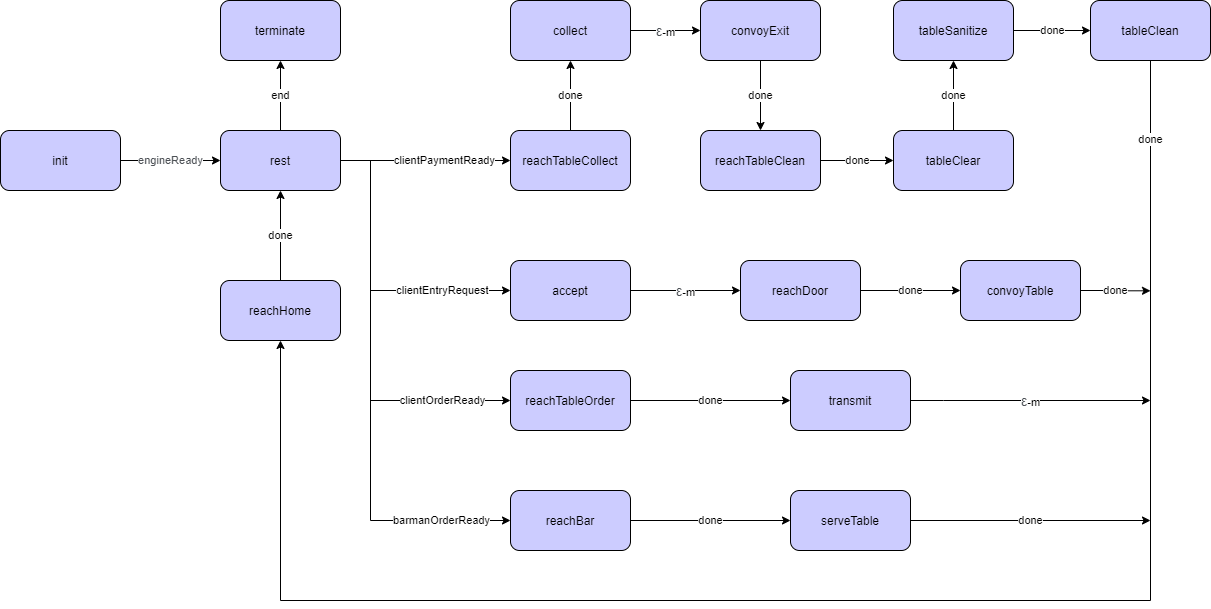
Above: SprintIniziale/img/newMind.png in dariodenardi/TeaRoom-Ing.Software-Systems-Unibo (draw.io), before the change. Source tidied: cells renumbered, new cells last; positions are measured from the earlier drawing's top-left corner, leaving out a move shared by most shapes.
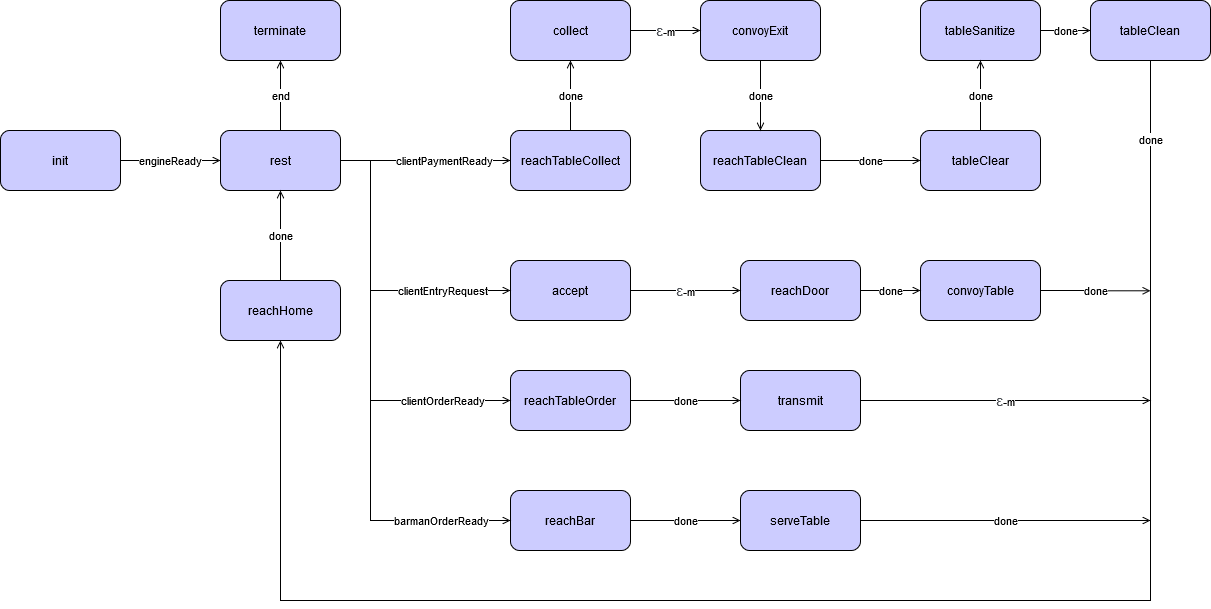
After the change.

Diff of the diagram source:
```diff
@@ -2,13 +2,13 @@
   <root>
     <mxCell id="0" />
     <mxCell id="1" parent="0" />
-    <mxCell id="2" value="&lt;div style=&quot;text-align: left&quot;&gt;&lt;font color=&quot;#4d5156&quot; face=&quot;arial, sans-serif&quot;&gt;engineReady&lt;/font&gt;&lt;/div&gt;" style="edgeStyle=orthogonalEdgeStyle;rounded=0;jettySize=auto;html=1;exitX=1;exitY=0.5;exitDx=0;exitDy=0;entryX=0;entryY=0.5;entryDx=0;entryDy=0;" parent="1" edge="1" source="3" target="22">
+    <mxCell id="2" value="&lt;div style=&quot;text-align: left&quot;&gt;&lt;font face=&quot;arial, sans-serif&quot;&gt;engineReady&lt;/font&gt;&lt;/div&gt;" style="edgeStyle=orthogonalEdgeStyle;rounded=0;jettySize=auto;html=1;exitX=1;exitY=0.5;exitDx=0;exitDy=0;entryX=0;entryY=0.5;entryDx=0;entryDy=0;labelBackgroundColor=#ffffff;endArrow=open;endFill=0;" parent="1" edge="1" source="3" target="22">
       <mxGeometry relative="1" as="geometry" />
     </mxCell>
     <mxCell id="3" value="init" style="rounded=1;whiteSpace=wrap;html=1;fillColor=#CCCCFF;" parent="1" vertex="1">
       <mxGeometry y="130" width="120" height="60" as="geometry" />
     </mxCell>
-    <mxCell id="4" value="&lt;span style=&quot;color: rgb(77 , 81 , 86) ; font-family: &amp;#34;arial&amp;#34; , sans-serif ; font-size: 14px ; text-align: left&quot;&gt;ε&lt;/span&gt;-m" style="edgeStyle=orthogonalEdgeStyle;rounded=0;jettySize=auto;html=1;exitX=1;exitY=0.5;exitDx=0;exitDy=0;" parent="1" edge="1" source="5">
+    <mxCell id="4" value="&lt;span style=&quot;color: rgb(77 , 81 , 86) ; font-family: &amp;quot;arial&amp;quot; , sans-serif ; font-size: 14px ; text-align: left&quot;&gt;ε&lt;/span&gt;-m" style="edgeStyle=orthogonalEdgeStyle;rounded=0;jettySize=auto;html=1;exitX=1;exitY=0.5;exitDx=0;exitDy=0;endArrow=open;endFill=0;labelBackgroundColor=#ffffff;" parent="1" edge="1" source="5">
       <mxGeometry relative="1" as="geometry">
         <mxPoint x="1150" y="400" as="targetPoint" />
         <Array as="points">
@@ -17,21 +17,21 @@
       </mxGeometry>
     </mxCell>
     <mxCell id="5" value="transmit" style="rounded=1;whiteSpace=wrap;html=1;fillColor=#CCCCFF;" parent="1" vertex="1">
-      <mxGeometry x="790" y="370" width="120" height="60" as="geometry" />
+      <mxGeometry x="740" y="370" width="120" height="60" as="geometry" />
     </mxCell>
-    <mxCell id="6" value="done" style="edgeStyle=orthogonalEdgeStyle;rounded=0;jettySize=auto;html=1;exitX=1;exitY=0.5;exitDx=0;exitDy=0;entryX=0;entryY=0.5;entryDx=0;entryDy=0;" parent="1" edge="1" source="7" target="5">
+    <mxCell id="6" value="done" style="edgeStyle=orthogonalEdgeStyle;rounded=0;jettySize=auto;html=1;exitX=1;exitY=0.5;exitDx=0;exitDy=0;entryX=0;entryY=0.5;entryDx=0;entryDy=0;endArrow=open;endFill=0;" parent="1" edge="1" source="7" target="5">
       <mxGeometry relative="1" as="geometry" />
     </mxCell>
     <mxCell id="7" value="reachTableOrder" style="rounded=1;whiteSpace=wrap;html=1;fillColor=#CCCCFF;" parent="1" vertex="1">
       <mxGeometry x="510" y="370" width="120" height="60" as="geometry" />
     </mxCell>
-    <mxCell id="8" value="done" style="edgeStyle=orthogonalEdgeStyle;rounded=0;jettySize=auto;html=1;exitX=1;exitY=0.5;exitDx=0;exitDy=0;entryX=0;entryY=0.5;entryDx=0;entryDy=0;" parent="1" edge="1" source="9" target="24">
+    <mxCell id="8" value="done" style="edgeStyle=orthogonalEdgeStyle;rounded=0;jettySize=auto;html=1;exitX=1;exitY=0.5;exitDx=0;exitDy=0;entryX=0;entryY=0.5;entryDx=0;entryDy=0;endArrow=open;endFill=0;" parent="1" edge="1" source="9" target="24">
       <mxGeometry relative="1" as="geometry" />
     </mxCell>
     <mxCell id="9" value="reachBar" style="rounded=1;whiteSpace=wrap;html=1;fillColor=#CCCCFF;" parent="1" vertex="1">
       <mxGeometry x="510" y="490" width="120" height="60" as="geometry" />
     </mxCell>
-    <mxCell id="10" value="done" style="edgeStyle=orthogonalEdgeStyle;rounded=0;jettySize=auto;html=1;entryX=0.5;entryY=1;entryDx=0;entryDy=0;exitX=0.5;exitY=1;exitDx=0;exitDy=0;" parent="1" edge="1" source="40" target="26">
+    <mxCell id="10" value="done" style="edgeStyle=orthogonalEdgeStyle;rounded=0;jettySize=auto;html=1;entryX=0.5;entryY=1;entryDx=0;entryDy=0;exitX=0.5;exitY=1;exitDx=0;exitDy=0;endArrow=open;endFill=0;" parent="1" edge="1" source="40" target="26">
       <mxGeometry x="-0.9" relative="1" as="geometry">
         <Array as="points">
           <mxPoint x="1150" y="600" />
@@ -39,27 +39,27 @@
         </Array>
       </mxGeometry>
     </mxCell>
-    <mxCell id="11" value="done" style="edgeStyle=orthogonalEdgeStyle;rounded=0;jettySize=auto;html=1;exitX=1;exitY=0.5;exitDx=0;exitDy=0;" parent="1" edge="1" source="12">
+    <mxCell id="11" value="done" style="edgeStyle=orthogonalEdgeStyle;rounded=0;jettySize=auto;html=1;exitX=1;exitY=0.5;exitDx=0;exitDy=0;endArrow=open;endFill=0;" parent="1" edge="1" source="12">
       <mxGeometry relative="1" as="geometry">
         <mxPoint x="1150" y="290.3" as="targetPoint" />
       </mxGeometry>
     </mxCell>
     <mxCell id="12" value="convoyTable" style="rounded=1;whiteSpace=wrap;html=1;fillColor=#CCCCFF;" parent="1" vertex="1">
-      <mxGeometry x="960" y="260" width="120" height="60" as="geometry" />
+      <mxGeometry x="920" y="260" width="120" height="60" as="geometry" />
     </mxCell>
-    <mxCell id="13" value="done" style="edgeStyle=orthogonalEdgeStyle;rounded=0;jettySize=auto;html=1;exitX=1;exitY=0.5;exitDx=0;exitDy=0;entryX=0;entryY=0.5;entryDx=0;entryDy=0;" parent="1" edge="1" source="14" target="12">
+    <mxCell id="13" value="done" style="edgeStyle=orthogonalEdgeStyle;rounded=0;jettySize=auto;html=1;exitX=1;exitY=0.5;exitDx=0;exitDy=0;entryX=0;entryY=0.5;entryDx=0;entryDy=0;endArrow=open;endFill=0;" parent="1" edge="1" source="14" target="12">
       <mxGeometry relative="1" as="geometry" />
     </mxCell>
     <mxCell id="14" value="reachDoor" style="rounded=1;whiteSpace=wrap;html=1;fillColor=#CCCCFF;" parent="1" vertex="1">
       <mxGeometry x="740" y="260" width="120" height="60" as="geometry" />
     </mxCell>
-    <mxCell id="15" value="&lt;span style=&quot;color: rgb(77 , 81 , 86) ; font-family: &amp;#34;arial&amp;#34; , sans-serif ; font-size: 14px ; text-align: left&quot;&gt;ε&lt;/span&gt;-m" style="edgeStyle=orthogonalEdgeStyle;rounded=0;jettySize=auto;html=1;exitX=1;exitY=0.5;exitDx=0;exitDy=0;" parent="1" edge="1" source="16" target="14">
+    <mxCell id="15" value="&lt;span style=&quot;color: rgb(77 , 81 , 86) ; font-family: &amp;#34;arial&amp;#34; , sans-serif ; font-size: 14px ; text-align: left&quot;&gt;ε&lt;/span&gt;-m" style="edgeStyle=orthogonalEdgeStyle;rounded=0;jettySize=auto;html=1;exitX=1;exitY=0.5;exitDx=0;exitDy=0;endArrow=open;endFill=0;" parent="1" edge="1" source="16" target="14">
       <mxGeometry relative="1" as="geometry" />
     </mxCell>
     <mxCell id="16" value="accept" style="rounded=1;whiteSpace=wrap;html=1;fillColor=#CCCCFF;" parent="1" vertex="1">
       <mxGeometry x="510" y="260" width="120" height="60" as="geometry" />
     </mxCell>
-    <mxCell id="17" value="clientOrderReady" style="edgeStyle=orthogonalEdgeStyle;rounded=0;jettySize=auto;html=1;exitX=1;exitY=0.5;exitDx=0;exitDy=0;entryX=0;entryY=0.5;entryDx=0;entryDy=0;" parent="1" edge="1" source="22" target="7">
+    <mxCell id="17" value="clientOrderReady" style="edgeStyle=orthogonalEdgeStyle;rounded=0;jettySize=auto;html=1;exitX=1;exitY=0.5;exitDx=0;exitDy=0;entryX=0;entryY=0.5;entryDx=0;entryDy=0;endArrow=open;endFill=0;" parent="1" edge="1" source="22" target="7">
       <mxGeometry x="0.67" relative="1" as="geometry">
         <Array as="points">
           <mxPoint x="370" y="160" />
@@ -67,7 +67,7 @@
         </Array>
       </mxGeometry>
     </mxCell>
-    <mxCell id="18" value="barmanOrderReady" style="edgeStyle=orthogonalEdgeStyle;rounded=0;jettySize=auto;html=1;exitX=1;exitY=0.5;exitDx=0;exitDy=0;entryX=0;entryY=0.5;entryDx=0;entryDy=0;" parent="1" edge="1" source="22" target="9">
+    <mxCell id="18" value="barmanOrderReady" style="edgeStyle=orthogonalEdgeStyle;rounded=0;jettySize=auto;html=1;exitX=1;exitY=0.5;exitDx=0;exitDy=0;entryX=0;entryY=0.5;entryDx=0;entryDy=0;endArrow=open;endFill=0;" parent="1" edge="1" source="22" target="9">
       <mxGeometry x="0.74" relative="1" as="geometry">
         <Array as="points">
           <mxPoint x="370" y="160" />
@@ -75,7 +75,7 @@
         </Array>
       </mxGeometry>
     </mxCell>
-    <mxCell id="19" value="clientEntryRequest" style="edgeStyle=orthogonalEdgeStyle;rounded=0;jettySize=auto;html=1;exitX=1;exitY=0.5;exitDx=0;exitDy=0;entryX=0;entryY=0.5;entryDx=0;entryDy=0;" parent="1" edge="1" source="22" target="16">
+    <mxCell id="19" value="clientEntryRequest" style="edgeStyle=orthogonalEdgeStyle;rounded=0;jettySize=auto;html=1;exitX=1;exitY=0.5;exitDx=0;exitDy=0;entryX=0;entryY=0.5;entryDx=0;entryDy=0;endArrow=open;endFill=0;" parent="1" edge="1" source="22" target="16">
       <mxGeometry x="0.55" relative="1" as="geometry">
         <Array as="points">
           <mxPoint x="370" y="160" />
@@ -83,30 +83,30 @@
         </Array>
       </mxGeometry>
     </mxCell>
-    <mxCell id="20" value="end" style="edgeStyle=orthogonalEdgeStyle;rounded=0;jettySize=auto;html=1;exitX=0.5;exitY=0;exitDx=0;exitDy=0;entryX=0.5;entryY=1;entryDx=0;entryDy=0;" parent="1" edge="1" source="22" target="29">
+    <mxCell id="20" value="end" style="edgeStyle=orthogonalEdgeStyle;rounded=0;jettySize=auto;html=1;exitX=0.5;exitY=0;exitDx=0;exitDy=0;entryX=0.5;entryY=1;entryDx=0;entryDy=0;endArrow=open;endFill=0;" parent="1" edge="1" source="22" target="29">
       <mxGeometry relative="1" as="geometry" />
     </mxCell>
-    <mxCell id="21" value="clientPaymentReady" style="edgeStyle=orthogonalEdgeStyle;rounded=0;jettySize=auto;html=1;exitX=1;exitY=0.5;exitDx=0;exitDy=0;entryX=0;entryY=0.5;entryDx=0;entryDy=0;" parent="1" edge="1" source="22" target="28">
+    <mxCell id="21" value="clientPaymentReady" style="edgeStyle=orthogonalEdgeStyle;rounded=0;jettySize=auto;html=1;exitX=1;exitY=0.5;exitDx=0;exitDy=0;entryX=0;entryY=0.5;entryDx=0;entryDy=0;endArrow=open;endFill=0;" parent="1" edge="1" source="22" target="28">
       <mxGeometry x="0.22" relative="1" as="geometry" />
     </mxCell>
     <mxCell id="22" value="rest" style="rounded=1;whiteSpace=wrap;html=1;fillColor=#CCCCFF;" parent="1" vertex="1">
       <mxGeometry x="220" y="130" width="120" height="60" as="geometry" />
     </mxCell>
-    <mxCell id="23" value="done" style="edgeStyle=orthogonalEdgeStyle;rounded=0;jettySize=auto;html=1;exitX=1;exitY=0.5;exitDx=0;exitDy=0;" parent="1" edge="1" source="24">
+    <mxCell id="23" value="done" style="edgeStyle=orthogonalEdgeStyle;rounded=0;jettySize=auto;html=1;exitX=1;exitY=0.5;exitDx=0;exitDy=0;endArrow=open;endFill=0;labelBackgroundColor=#ffffff;" parent="1" edge="1" source="24">
       <mxGeometry relative="1" as="geometry">
         <mxPoint x="1150" y="520" as="targetPoint" />
       </mxGeometry>
     </mxCell>
     <mxCell id="24" value="serveTable" style="rounded=1;whiteSpace=wrap;html=1;fillColor=#CCCCFF;" parent="1" vertex="1">
-      <mxGeometry x="790" y="490" width="120" height="60" as="geometry" />
+      <mxGeometry x="740" y="490" width="120" height="60" as="geometry" />
     </mxCell>
-    <mxCell id="25" value="done" style="edgeStyle=orthogonalEdgeStyle;rounded=0;jettySize=auto;html=1;exitX=0.5;exitY=0;exitDx=0;exitDy=0;entryX=0.5;entryY=1;entryDx=0;entryDy=0;" parent="1" edge="1" source="26" target="22">
+    <mxCell id="25" value="done" style="edgeStyle=orthogonalEdgeStyle;rounded=0;jettySize=auto;html=1;exitX=0.5;exitY=0;exitDx=0;exitDy=0;entryX=0.5;entryY=1;entryDx=0;entryDy=0;endArrow=open;endFill=0;" parent="1" edge="1" source="26" target="22">
       <mxGeometry relative="1" as="geometry" />
     </mxCell>
     <mxCell id="26" value="reachHome" style="rounded=1;whiteSpace=wrap;html=1;fillColor=#CCCCFF;" parent="1" vertex="1">
       <mxGeometry x="220" y="280" width="120" height="60" as="geometry" />
     </mxCell>
-    <mxCell id="27" value="done" style="edgeStyle=orthogonalEdgeStyle;rounded=0;jettySize=auto;html=1;exitX=0.5;exitY=0;exitDx=0;exitDy=0;entryX=0.5;entryY=1;entryDx=0;entryDy=0;" parent="1" edge="1" source="28" target="39">
+    <mxCell id="27" value="done" style="edgeStyle=orthogonalEdgeStyle;rounded=0;jettySize=auto;html=1;exitX=0.5;exitY=0;exitDx=0;exitDy=0;entryX=0.5;entryY=1;entryDx=0;entryDy=0;endArrow=open;endFill=0;" parent="1" edge="1" source="28" target="39">
       <mxGeometry relative="1" as="geometry" />
     </mxCell>
     <mxCell id="28" value="reachTableCollect" style="rounded=1;whiteSpace=wrap;html=1;fillColor=#CCCCFF;" parent="1" vertex="1">
@@ -115,31 +115,31 @@
     <mxCell id="29" value="terminate" style="rounded=1;whiteSpace=wrap;html=1;fillColor=#CCCCFF;" parent="1" vertex="1">
       <mxGeometry x="220" width="120" height="60" as="geometry" />
     </mxCell>
-    <mxCell id="30" value="done" style="edgeStyle=orthogonalEdgeStyle;rounded=0;jettySize=auto;html=1;exitX=1;exitY=0.5;exitDx=0;exitDy=0;entryX=0;entryY=0.5;entryDx=0;entryDy=0;" parent="1" edge="1" source="31" target="40">
+    <mxCell id="30" value="done" style="edgeStyle=orthogonalEdgeStyle;rounded=0;jettySize=auto;html=1;exitX=1;exitY=0.5;exitDx=0;exitDy=0;entryX=0;entryY=0.5;entryDx=0;entryDy=0;endArrow=open;endFill=0;" parent="1" edge="1" source="31" target="40">
       <mxGeometry relative="1" as="geometry" />
     </mxCell>
     <mxCell id="31" value="tableSanitize" style="rounded=1;whiteSpace=wrap;html=1;fillColor=#CCCCFF;" parent="1" vertex="1">
-      <mxGeometry x="893" width="120" height="60" as="geometry" />
+      <mxGeometry x="920" width="120" height="60" as="geometry" />
     </mxCell>
-    <mxCell id="32" value="done" style="edgeStyle=orthogonalEdgeStyle;rounded=0;jettySize=auto;html=1;exitX=0.5;exitY=0;exitDx=0;exitDy=0;entryX=0.5;entryY=1;entryDx=0;entryDy=0;" parent="1" edge="1" source="33" target="31">
+    <mxCell id="32" value="done" style="edgeStyle=orthogonalEdgeStyle;rounded=0;jettySize=auto;html=1;exitX=0.5;exitY=0;exitDx=0;exitDy=0;entryX=0.5;entryY=1;entryDx=0;entryDy=0;endArrow=open;endFill=0;" parent="1" edge="1" source="33" target="31">
       <mxGeometry relative="1" as="geometry" />
     </mxCell>
     <mxCell id="33" value="tableClear" style="rounded=1;whiteSpace=wrap;html=1;fillColor=#CCCCFF;" parent="1" vertex="1">
-      <mxGeometry x="893" y="130" width="120" height="60" as="geometry" />
+      <mxGeometry x="920" y="130" width="120" height="60" as="geometry" />
     </mxCell>
-    <mxCell id="34" value="done" style="edgeStyle=orthogonalEdgeStyle;rounded=0;jettySize=auto;html=1;exitX=1;exitY=0.5;exitDx=0;exitDy=0;entryX=0;entryY=0.5;entryDx=0;entryDy=0;" parent="1" edge="1" source="35" target="33">
+    <mxCell id="34" value="done" style="edgeStyle=orthogonalEdgeStyle;rounded=0;jettySize=auto;html=1;exitX=1;exitY=0.5;exitDx=0;exitDy=0;entryX=0;entryY=0.5;entryDx=0;entryDy=0;endArrow=open;endFill=0;" parent="1" edge="1" source="35" target="33">
       <mxGeometry relative="1" as="geometry" />
     </mxCell>
     <mxCell id="35" value="reachTableClean" style="rounded=1;whiteSpace=wrap;html=1;fillColor=#CCCCFF;" parent="1" vertex="1">
       <mxGeometry x="700" y="130" width="120" height="60" as="geometry" />
     </mxCell>
-    <mxCell id="36" value="done" style="edgeStyle=orthogonalEdgeStyle;rounded=0;jettySize=auto;html=1;exitX=0.5;exitY=1;exitDx=0;exitDy=0;" parent="1" edge="1" source="37" target="35">
+    <mxCell id="36" value="done" style="edgeStyle=orthogonalEdgeStyle;rounded=0;jettySize=auto;html=1;exitX=0.5;exitY=1;exitDx=0;exitDy=0;endArrow=open;endFill=0;" parent="1" edge="1" source="37" target="35">
       <mxGeometry relative="1" as="geometry" />
     </mxCell>
     <mxCell id="37" value="convoyExit" style="rounded=1;whiteSpace=wrap;html=1;fillColor=#CCCCFF;" parent="1" vertex="1">
       <mxGeometry x="700" width="120" height="60" as="geometry" />
     </mxCell>
-    <mxCell id="38" value="&lt;span style=&quot;color: rgb(77 , 81 , 86) ; font-family: &amp;#34;arial&amp;#34; , sans-serif ; font-size: 14px ; text-align: left&quot;&gt;ε&lt;/span&gt;-m" style="edgeStyle=orthogonalEdgeStyle;rounded=0;jettySize=auto;html=1;exitX=1;exitY=0.5;exitDx=0;exitDy=0;entryX=0;entryY=0.5;entryDx=0;entryDy=0;" parent="1" edge="1" source="39" target="37">
+    <mxCell id="38" value="&lt;span style=&quot;color: rgb(77 , 81 , 86) ; font-family: &amp;#34;arial&amp;#34; , sans-serif ; font-size: 14px ; text-align: left&quot;&gt;ε&lt;/span&gt;-m" style="edgeStyle=orthogonalEdgeStyle;rounded=0;jettySize=auto;html=1;exitX=1;exitY=0.5;exitDx=0;exitDy=0;entryX=0;entryY=0.5;entryDx=0;entryDy=0;endArrow=open;endFill=0;" parent="1" edge="1" source="39" target="37">
       <mxGeometry relative="1" as="geometry" />
     </mxCell>
     <mxCell id="39" value="collect" style="rounded=1;whiteSpace=wrap;html=1;fillColor=#CCCCFF;" parent="1" vertex="1">
```
